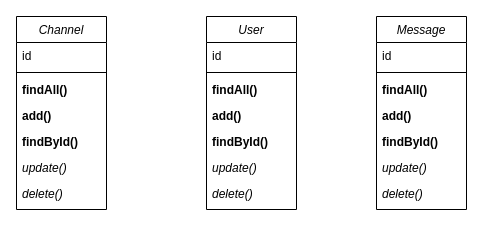
The draw.io diagram DbDiagram.drawio in ghezaliwahiba/SlackProjetFinal, before the edit. Source tidied: cells renumbered, new cells numbered last; positions are measured from the earlier drawing's top-left corner, leaving out a move shared by most shapes. Both pictures are drawn from the tidied source at 100%, with x=0, y=0 at pixel (16, 16).
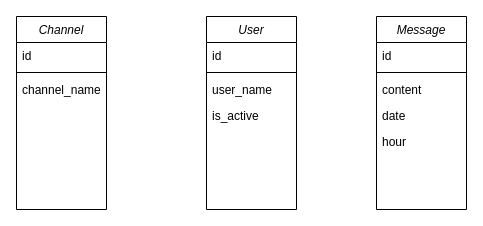
The same diagram, later.

Commit message (it also covers changes not shown here):
Ajout des .png des diagrammes

Unchanged cells that the change refers to:
```xml
<mxCell id="2" value="Channel" style="swimlane;fontStyle=2;align=center;verticalAlign=top;horizontal=1;startSize=26;rounded=0;shadow=0;strokeWidth=1;" parent="1" vertex="1">
  <mxGeometry width="90" height="193" as="geometry" />
</mxCell>
<mxCell id="10" value="User" style="swimlane;fontStyle=2;align=center;verticalAlign=top;horizontal=1;startSize=26;rounded=0;shadow=0;strokeWidth=1;" parent="1" vertex="1">
  <mxGeometry x="190" width="90" height="193" as="geometry" />
</mxCell>
<mxCell id="18" value="Message" style="swimlane;fontStyle=2;align=center;verticalAlign=top;horizontal=1;startSize=26;rounded=0;shadow=0;strokeWidth=1;" parent="1" vertex="1">
  <mxGeometry x="360" width="90" height="193" as="geometry" />
</mxCell>
```

The edit, as a diff of the source:
```diff
@@
-    <mxCell id="5" value="findAll()" style="text;align=left;verticalAlign=top;spacingLeft=4;spacingRight=4;overflow=hidden;fontStyle=1;" parent="2" vertex="1">
+    <mxCell id="5" value="channel_name" style="text;align=left;verticalAlign=top;spacingLeft=4;spacingRight=4;overflow=hidden;fontStyle=0;" parent="2" vertex="1">
       <mxGeometry y="60" width="90" height="26" as="geometry" />
     </mxCell>
-    <mxCell id="6" value="add()" style="text;align=left;verticalAlign=top;spacingLeft=4;spacingRight=4;overflow=hidden;fontStyle=1;" parent="2" vertex="1">
-      <mxGeometry y="86" width="90" height="26" as="geometry" />
-    </mxCell>
-    <mxCell id="7" value="findById()" style="text;align=left;verticalAlign=top;spacingLeft=4;spacingRight=4;overflow=hidden;fontStyle=1;" parent="2" vertex="1">
-      <mxGeometry y="112" width="90" height="26" as="geometry" />
-    </mxCell>
-    <mxCell id="8" value="update()" style="text;align=left;verticalAlign=top;spacingLeft=4;spacingRight=4;overflow=hidden;fontStyle=2;" parent="2" vertex="1">
-      <mxGeometry y="138" width="90" height="26" as="geometry" />
-    </mxCell>
-    <mxCell id="9" value="delete()" style="text;align=left;verticalAlign=top;spacingLeft=4;spacingRight=4;overflow=hidden;fontStyle=2;" parent="2" vertex="1">
-      <mxGeometry y="164" width="90" height="26" as="geometry" />
-    </mxCell>
@@
-    <mxCell id="13" value="findAll()" style="text;align=left;verticalAlign=top;spacingLeft=4;spacingRight=4;overflow=hidden;fontStyle=1;" parent="10" vertex="1">
+    <mxCell id="13" value="user_name" style="text;align=left;verticalAlign=top;spacingLeft=4;spacingRight=4;overflow=hidden;fontStyle=0;" parent="10" vertex="1">
       <mxGeometry y="60" width="90" height="26" as="geometry" />
     </mxCell>
-    <mxCell id="14" value="add()" style="text;align=left;verticalAlign=top;spacingLeft=4;spacingRight=4;overflow=hidden;fontStyle=1;" parent="10" vertex="1">
-      <mxGeometry y="86" width="90" height="26" as="geometry" />
-    </mxCell>
-    <mxCell id="15" value="findById()" style="text;align=left;verticalAlign=top;spacingLeft=4;spacingRight=4;overflow=hidden;fontStyle=1;" parent="10" vertex="1">
-      <mxGeometry y="112" width="90" height="26" as="geometry" />
-    </mxCell>
-    <mxCell id="16" value="update()" style="text;align=left;verticalAlign=top;spacingLeft=4;spacingRight=4;overflow=hidden;fontStyle=2;" parent="10" vertex="1">
-      <mxGeometry y="138" width="90" height="26" as="geometry" />
-    </mxCell>
-    <mxCell id="17" value="delete()" style="text;align=left;verticalAlign=top;spacingLeft=4;spacingRight=4;overflow=hidden;fontStyle=2;" parent="10" vertex="1">
-      <mxGeometry y="164" width="90" height="26" as="geometry" />
-    </mxCell>
+    <mxCell id="26" value="is_active" style="text;align=left;verticalAlign=top;spacingLeft=4;spacingRight=4;overflow=hidden;fontStyle=0;" parent="10" vertex="1">
+      <mxGeometry y="86" width="90" height="26" as="geometry" />
+    </mxCell>
@@
-    <mxCell id="21" value="findAll()" style="text;align=left;verticalAlign=top;spacingLeft=4;spacingRight=4;overflow=hidden;fontStyle=1;" parent="18" vertex="1">
+    <mxCell id="21" value="content" style="text;align=left;verticalAlign=top;spacingLeft=4;spacingRight=4;overflow=hidden;fontStyle=0;" parent="18" vertex="1">
       <mxGeometry y="60" width="90" height="26" as="geometry" />
     </mxCell>
-    <mxCell id="22" value="add()" style="text;align=left;verticalAlign=top;spacingLeft=4;spacingRight=4;overflow=hidden;fontStyle=1;" parent="18" vertex="1">
-      <mxGeometry y="86" width="90" height="26" as="geometry" />
-    </mxCell>
-    <mxCell id="23" value="findById()" style="text;align=left;verticalAlign=top;spacingLeft=4;spacingRight=4;overflow=hidden;fontStyle=1;" parent="18" vertex="1">
-      <mxGeometry y="112" width="90" height="26" as="geometry" />
-    </mxCell>
-    <mxCell id="24" value="update()" style="text;align=left;verticalAlign=top;spacingLeft=4;spacingRight=4;overflow=hidden;fontStyle=2;" parent="18" vertex="1">
-      <mxGeometry y="138" width="90" height="26" as="geometry" />
-    </mxCell>
-    <mxCell id="25" value="delete()" style="text;align=left;verticalAlign=top;spacingLeft=4;spacingRight=4;overflow=hidden;fontStyle=2;" parent="18" vertex="1">
-      <mxGeometry y="164" width="90" height="26" as="geometry" />
-    </mxCell>
+    <mxCell id="27" value="date" style="text;align=left;verticalAlign=top;spacingLeft=4;spacingRight=4;overflow=hidden;fontStyle=0;" parent="18" vertex="1">
+      <mxGeometry y="86" width="90" height="26" as="geometry" />
+    </mxCell>
+    <mxCell id="28" value="hour" style="text;align=left;verticalAlign=top;spacingLeft=4;spacingRight=4;overflow=hidden;fontStyle=0;" parent="18" vertex="1">
+      <mxGeometry y="112" width="90" height="26" as="geometry" />
+    </mxCell>
```
